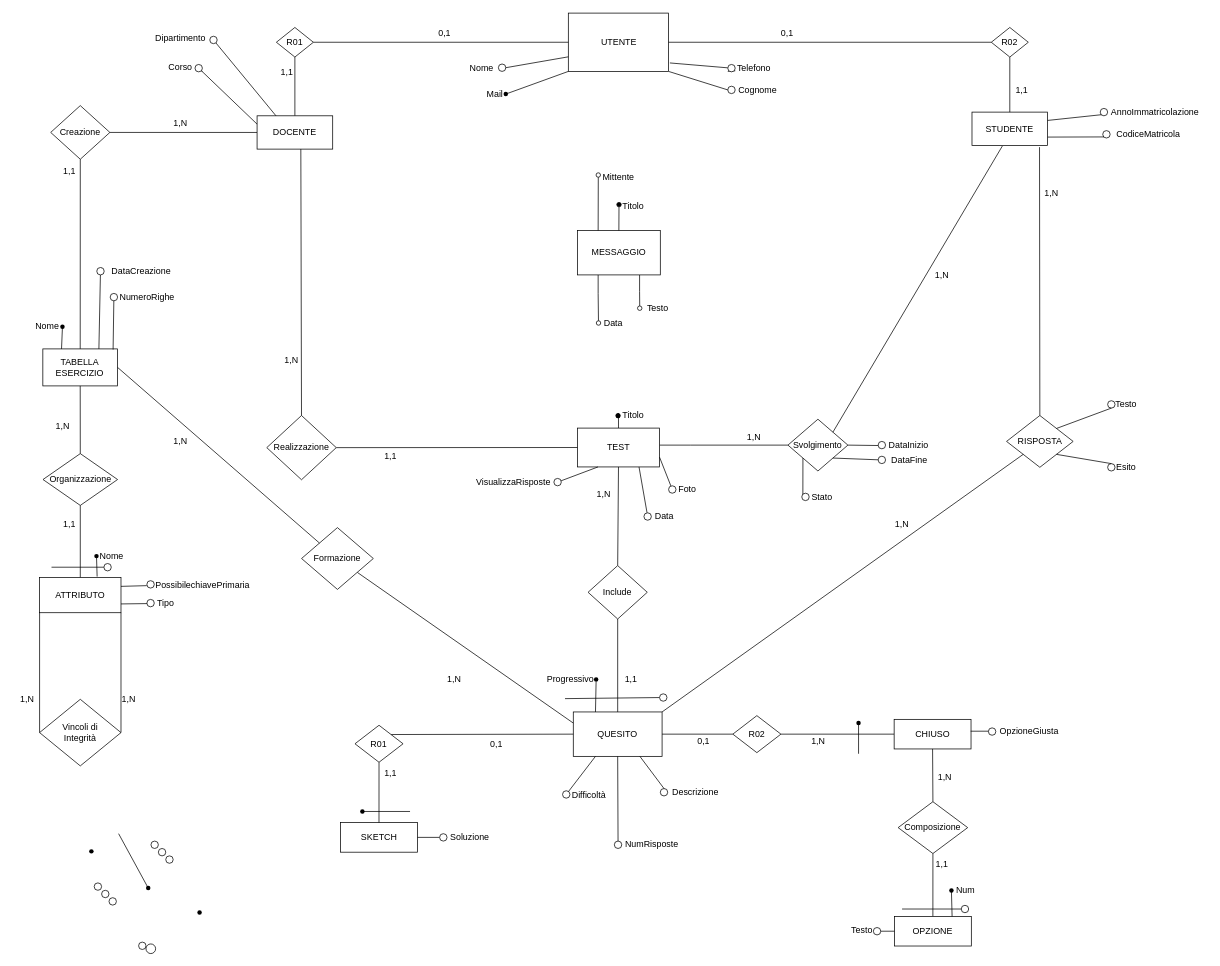
Above: EsempioBasiConcettuale.drawio in Teallapesca/cinciallegra_basi (draw.io), before the change. Source tidied: cells renumbered, new cells numbered last; positions are measured from the earlier drawing's top-left corner, leaving out a move shared by most shapes. Both pictures are drawn from the tidied source at 74%, with x=0, y=0 at pixel (12, 13).
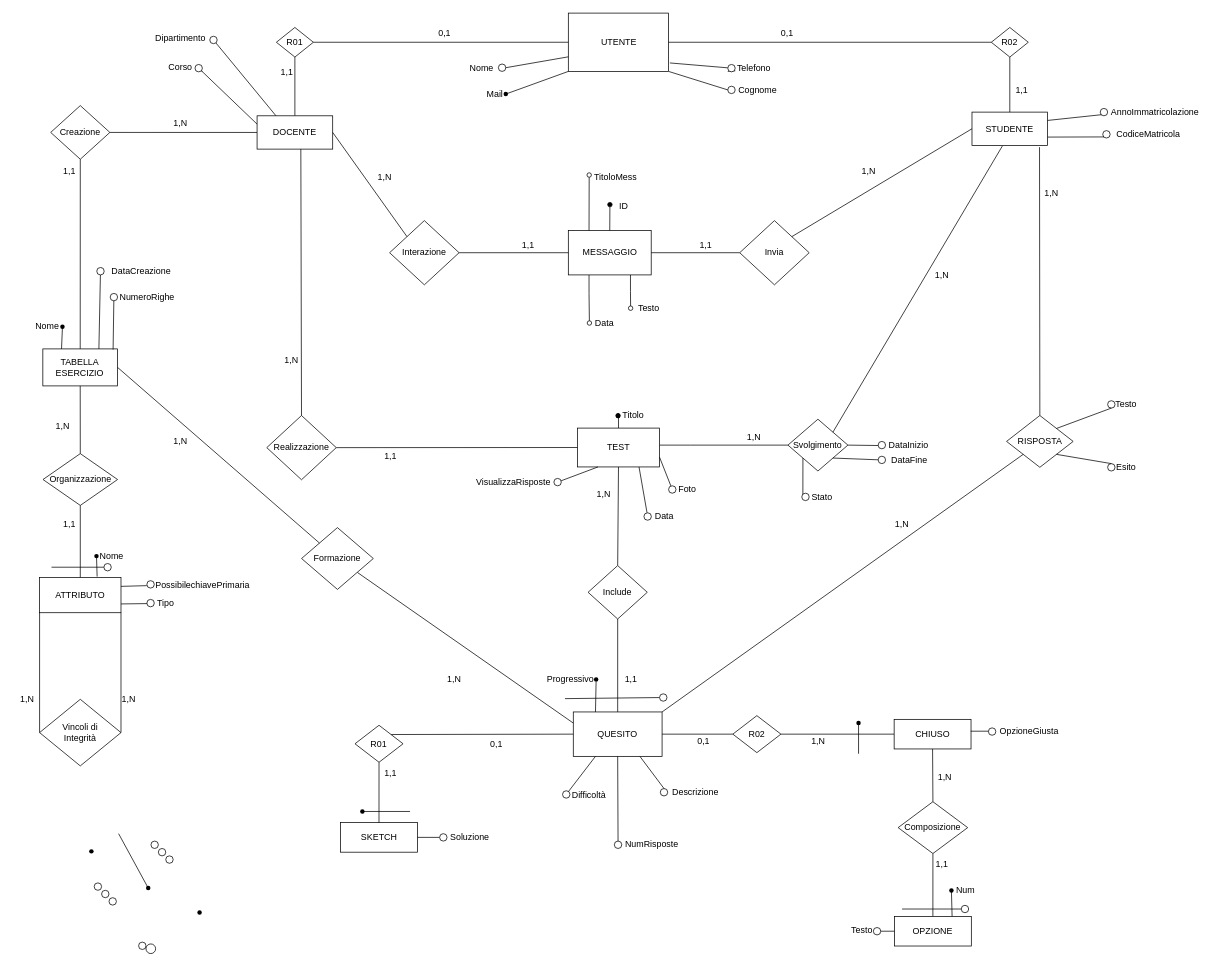
The same page after the edit.

Commit message (it also covers changes not shown here):
diagrammi aggiornati

The change refers to these unchanged cells:
```xml
<mxCell id="3" value="STUDENTE" style="rounded=0;whiteSpace=wrap;html=1;" parent="1" vertex="1">
  <mxGeometry x="1297" y="134" width="102.2" height="45" as="geometry" />
</mxCell>
<mxCell id="137" value="DOCENTE" style="rounded=0;whiteSpace=wrap;html=1;" parent="1" vertex="1">
  <mxGeometry x="330.9" y="139" width="102.2" height="45" as="geometry" />
</mxCell>
```

Change to the diagram source:
```diff
@@
     <mxCell id="193" style="edgeStyle=orthogonalEdgeStyle;rounded=0;jettySize=auto;html=1;exitX=0.75;exitY=1;exitDx=0;exitDy=0;endArrow=oval;endFill=0;" parent="1" edge="1" source="195">
       <mxGeometry relative="1" as="geometry">
-        <mxPoint x="848" y="399" as="targetPoint" />
+        <mxPoint x="835.7" y="399" as="targetPoint" />
       </mxGeometry>
     </mxCell>
@@
     <mxCell id="195" value="MESSAGGIO" style="rounded=0;whiteSpace=wrap;html=1;" parent="1" vertex="1">
-      <mxGeometry x="763.8" y="294" width="112" height="60" as="geometry" />
+      <mxGeometry x="751.5" y="294" width="112" height="60" as="geometry" />
     </mxCell>
     <mxCell id="196" style="endArrow=oval;html=1;rounded=0;exitX=0.5;exitY=0;exitDx=0;exitDy=0;endFill=1;" parent="1" edge="1" source="195">
       <mxGeometry relative="1" as="geometry">
-        <mxPoint x="820" y="259" as="targetPoint" />
+        <mxPoint x="807.7" y="259" as="targetPoint" />
       </mxGeometry>
     </mxCell>
-    <mxCell id="197" value="Titolo" style="text;html=1;align=center;verticalAlign=middle;strokeColor=none;fillColor=none;" parent="1" vertex="1">
-      <mxGeometry x="813.7" y="247" width="50" height="30" as="geometry" />
+    <mxCell id="197" value="ID" style="text;html=1;align=center;verticalAlign=middle;strokeColor=none;fillColor=none;" parent="1" vertex="1">
+      <mxGeometry x="806.4" y="247" width="40" height="30" as="geometry" />
     </mxCell>
     <mxCell id="198" value="Testo" style="text;html=1;align=center;verticalAlign=middle;strokeColor=none;fillColor=none;" parent="1" vertex="1">
-      <mxGeometry x="847" y="384" width="50" height="30" as="geometry" />
+      <mxGeometry x="834.7" y="384" width="50" height="30" as="geometry" />
     </mxCell>
     <mxCell id="199" value="Data" style="text;html=1;align=center;verticalAlign=middle;points=[];strokeColor=none;fillColor=none;" parent="1" vertex="1">
-      <mxGeometry x="787" y="404" width="50" height="30" as="geometry" />
+      <mxGeometry x="774.7" y="404" width="50" height="30" as="geometry" />
     </mxCell>
     <mxCell id="200" style="endArrow=oval;html=1;rounded=0;exitX=0.25;exitY=0;exitDx=0;exitDy=0;endFill=0;" parent="1" edge="1" source="195">
       <mxGeometry relative="1" as="geometry">
-        <mxPoint x="792" y="219" as="targetPoint" />
+        <mxPoint x="779.7" y="219" as="targetPoint" />
       </mxGeometry>
     </mxCell>
-    <mxCell id="201" value="Mittente" style="text;html=1;align=center;verticalAlign=middle;strokeColor=none;fillColor=none;" parent="1" vertex="1">
-      <mxGeometry x="783.7" y="207" width="70" height="30" as="geometry" />
+    <mxCell id="201" value="TitoloMess" style="text;html=1;align=center;verticalAlign=middle;strokeColor=none;fillColor=none;" parent="1" vertex="1">
+      <mxGeometry x="774.7" y="207" width="80" height="30" as="geometry" />
     </mxCell>
@@
+    <mxCell id="205" value="Interazione" style="rhombus;whiteSpace=wrap;html=1;" parent="1" vertex="1">
+      <mxGeometry x="510" y="280.6" width="93.9" height="86.8" as="geometry" />
+    </mxCell>
+    <mxCell id="206" style="endArrow=none;html=1;rounded=0;entryX=1;entryY=0.5;entryDx=0;entryDy=0;exitX=0;exitY=0;exitDx=0;exitDy=0;" parent="1" edge="1" source="205" target="137">
+      <mxGeometry relative="1" as="geometry" />
+    </mxCell>
+    <mxCell id="207" style="endArrow=none;html=1;rounded=0;entryX=1;entryY=0.5;entryDx=0;entryDy=0;exitX=0;exitY=0.5;exitDx=0;exitDy=0;" parent="1" edge="1" source="195" target="205">
+      <mxGeometry relative="1" as="geometry" />
+    </mxCell>
+    <mxCell id="208" value="Invia" style="rhombus;whiteSpace=wrap;html=1;" parent="1" vertex="1">
+      <mxGeometry x="983.1" y="280.6" width="93.9" height="86.8" as="geometry" />
+    </mxCell>
+    <mxCell id="209" style="endArrow=none;html=1;rounded=0;entryX=1;entryY=0.5;entryDx=0;entryDy=0;exitX=0;exitY=0.5;exitDx=0;exitDy=0;" parent="1" edge="1" source="208" target="195">
+      <mxGeometry relative="1" as="geometry" />
+    </mxCell>
+    <mxCell id="210" style="endArrow=none;html=1;rounded=0;entryX=1;entryY=0;entryDx=0;entryDy=0;exitX=0;exitY=0.5;exitDx=0;exitDy=0;" parent="1" edge="1" source="3" target="208">
+      <mxGeometry relative="1" as="geometry" />
+    </mxCell>
+    <mxCell id="211" value="1,N" style="text;html=1;align=center;verticalAlign=middle;strokeColor=none;fillColor=none;" parent="1" vertex="1">
+      <mxGeometry x="483.1" y="207" width="40" height="30" as="geometry" />
+    </mxCell>
+    <mxCell id="212" value="1,N" style="text;html=1;align=center;verticalAlign=middle;strokeColor=none;fillColor=none;" parent="1" vertex="1">
+      <mxGeometry x="1136.7" y="199" width="40" height="30" as="geometry" />
+    </mxCell>
+    <mxCell id="213" value="1,1" style="text;html=1;align=center;verticalAlign=middle;strokeColor=none;fillColor=none;" parent="1" vertex="1">
+      <mxGeometry x="677" y="299" width="40" height="30" as="geometry" />
+    </mxCell>
+    <mxCell id="214" value="1,1" style="text;html=1;align=center;verticalAlign=middle;strokeColor=none;fillColor=none;" parent="1" vertex="1">
+      <mxGeometry x="917" y="299" width="40" height="30" as="geometry" />
+    </mxCell>
```
